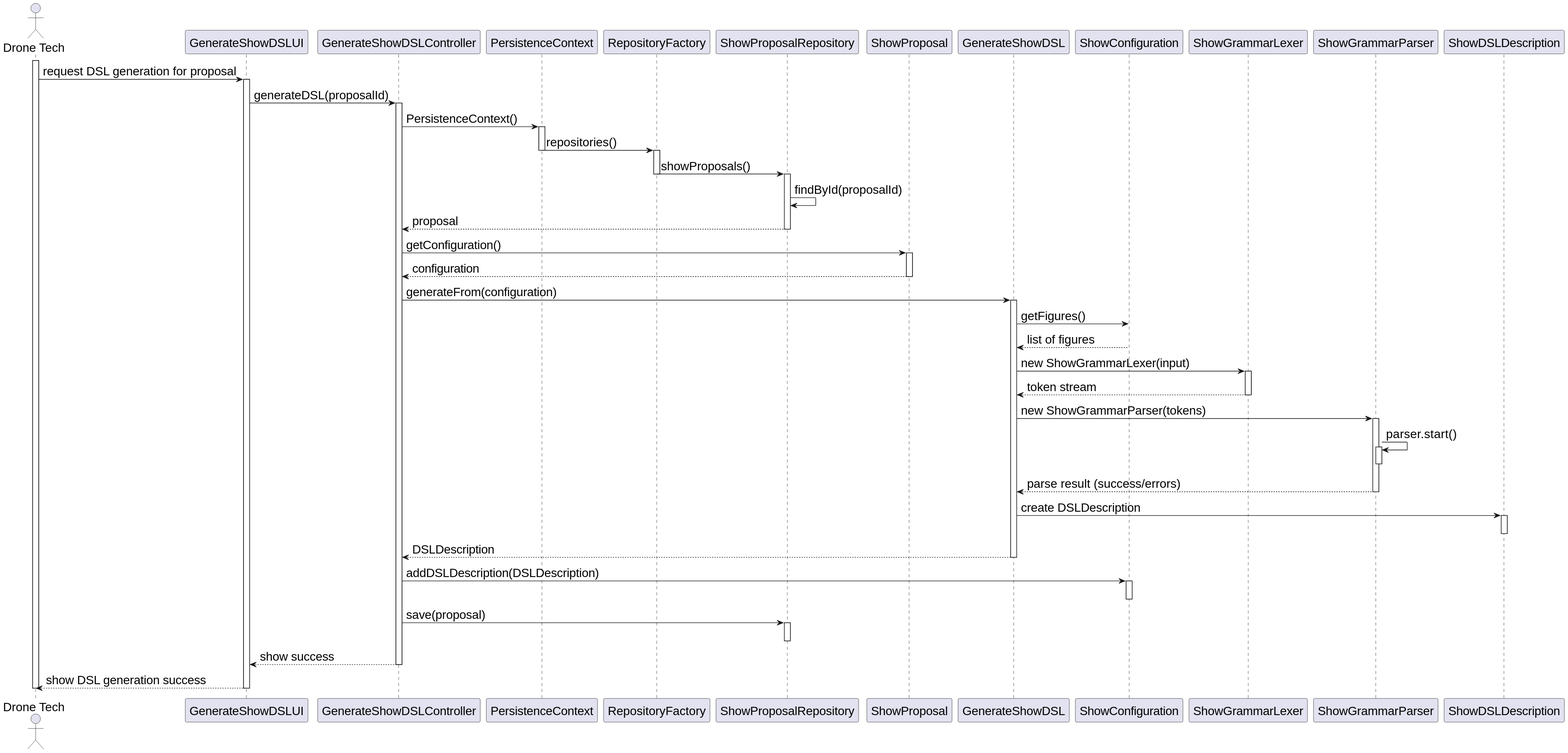
diogoveirospro/sem4pi-2024-2025-sem4pi_2024_2025_g44 keeps this PlantUML diagram as docs/SPRINT_3/US348/images/sequence_diagram_us348.svg. Above is the earlier version. Source of this version:
```plantuml
@startuml
skinparamlocked defaultFontSize 20
actor "Drone Tech" as User
participant "GenerateShowDSLUI" as UI
participant "GenerateShowDSLController" as Controller
participant "PersistenceContext" as Persistence
participant "RepositoryFactory" as Factory
participant "ShowProposalRepository" as Repo
participant "ShowProposal" as Proposal
participant "GenerateShowDSL" as DSLGenerator
participant "ShowConfiguration" as Configuration
participant "ShowGrammarLexer" as Lexer
participant "ShowGrammarParser" as Parser
participant "ShowDSLDescription" as DSLDescription

activate User

User -> UI : request DSL generation for proposal
activate UI

UI -> Controller : generateDSL(proposalId)
activate Controller

Controller -> Persistence : PersistenceContext()
activate Persistence

Persistence -> Factory : repositories()
deactivate Persistence

activate Factory
Factory -> Repo : showProposals()
deactivate Factory

activate Repo
Repo -> Repo : findById(proposalId)
Repo --> Controller : proposal
deactivate Repo

Controller -> Proposal : getConfiguration()
activate Proposal
Proposal --> Controller : configuration
deactivate Proposal

Controller -> DSLGenerator : generateFrom(configuration)
activate DSLGenerator

DSLGenerator -> Configuration : getFigures()
Configuration --> DSLGenerator : list of figures

DSLGenerator -> Lexer : new ShowGrammarLexer(input)
activate Lexer
Lexer --> DSLGenerator : token stream
deactivate Lexer

DSLGenerator -> Parser : new ShowGrammarParser(tokens)
activate Parser
Parser -> Parser : parser.start()
activate Parser
deactivate Parser

Parser --> DSLGenerator : parse result (success/errors)
deactivate Parser
DSLGenerator -> DSLDescription : create DSLDescription
activate DSLDescription
deactivate DSLDescription

DSLGenerator --> Controller : DSLDescription
deactivate DSLGenerator

Controller -> Configuration : addDSLDescription(DSLDescription)
activate Configuration
deactivate Configuration

Controller -> Repo : save(proposal)
activate Repo
deactivate Repo

Controller --> UI : show success
deactivate Controller
UI --> User : show DSL generation success
deactivate UI
deactivate User
@enduml
```
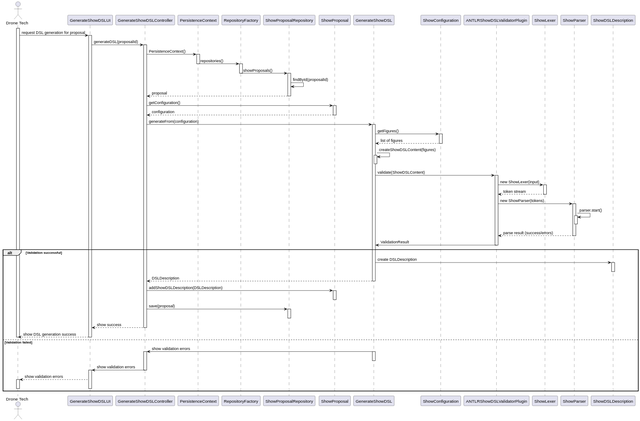
The same file after the commit.

Change to the diagram source:
```diff
@@ -1,5 +1,4 @@
 @startuml
-skinparamlocked defaultFontSize 20
 actor "Drone Tech" as User
 participant "GenerateShowDSLUI" as UI
 participant "GenerateShowDSLController" as Controller
@@ -7,10 +6,11 @@
 participant "RepositoryFactory" as Factory
 participant "ShowProposalRepository" as Repo
 participant "ShowProposal" as Proposal
-participant "GenerateShowDSL" as DSLGenerator
+participant "GenerateShowDSL" as Service
 participant "ShowConfiguration" as Configuration
-participant "ShowGrammarLexer" as Lexer
-participant "ShowGrammarParser" as Parser
+participant "ANTLRShowDSLValidatorPlugin" as Plugin
+participant "ShowLexer" as Lexer
+participant "ShowParser" as Parser
 participant "ShowDSLDescription" as DSLDescription
 
 activate User
@@ -41,43 +41,77 @@
 Proposal --> Controller : configuration
 deactivate Proposal
 
-Controller -> DSLGenerator : generateFrom(configuration)
-activate DSLGenerator
+Controller -> Service : generateFrom(configuration)
+activate Service
 
-DSLGenerator -> Configuration : getFigures()
-Configuration --> DSLGenerator : list of figures
+Service -> Configuration : getFigures()
+activate Configuration
 
-DSLGenerator -> Lexer : new ShowGrammarLexer(input)
+Configuration --> Service : list of figures
+deactivate Configuration
+
+Service -> Service : createShowDSLContent(figures)
+activate Service
+deactivate Service
+
+Service -> Plugin : validate(ShowDSLContent)
+activate Plugin
+
+Plugin -> Lexer : new ShowLexer(input)
 activate Lexer
-Lexer --> DSLGenerator : token stream
+
+Lexer --> Plugin : token stream
 deactivate Lexer
 
-DSLGenerator -> Parser : new ShowGrammarParser(tokens)
+Plugin -> Parser : new ShowParser(tokens)
 activate Parser
+
 Parser -> Parser : parser.start()
 activate Parser
 deactivate Parser
 
-Parser --> DSLGenerator : parse result (success/errors)
+Parser --> Plugin : parse result (success/errors)
 deactivate Parser
-DSLGenerator -> DSLDescription : create DSLDescription
-activate DSLDescription
-deactivate DSLDescription
 
-DSLGenerator --> Controller : DSLDescription
-deactivate DSLGenerator
+Plugin -> Service : ValidationResult
+deactivate Plugin
 
-Controller -> Configuration : addDSLDescription(DSLDescription)
-activate Configuration
-deactivate Configuration
+alt Validation successful
+    Service -> DSLDescription : create DSLDescription
+    activate DSLDescription
+    deactivate DSLDescription
 
-Controller -> Repo : save(proposal)
-activate Repo
-deactivate Repo
+    Service --> Controller : DSLDescription
+    deactivate Service
 
-Controller --> UI : show success
-deactivate Controller
-UI --> User : show DSL generation success
-deactivate UI
-deactivate User
+    Controller -> Proposal : addShowDSLDescription(DSLDescription)
+    activate Proposal
+    deactivate Proposal
+
+    Controller -> Repo : save(proposal)
+    activate Repo
+    deactivate Repo
+
+    Controller --> UI : show success
+    deactivate Controller
+
+    UI --> User : show DSL generation success
+    deactivate UI
+    deactivate User
+
+else Validation failed
+    Service -> Controller : show validation errors
+    activate Service
+    deactivate Service
+    activate Controller
+
+    Controller -> UI : show validation errors
+    deactivate Controller
+    activate UI
+
+    UI --> User : show validation errors
+    activate User
+    deactivate UI
+    deactivate User
+end
 @enduml
```
